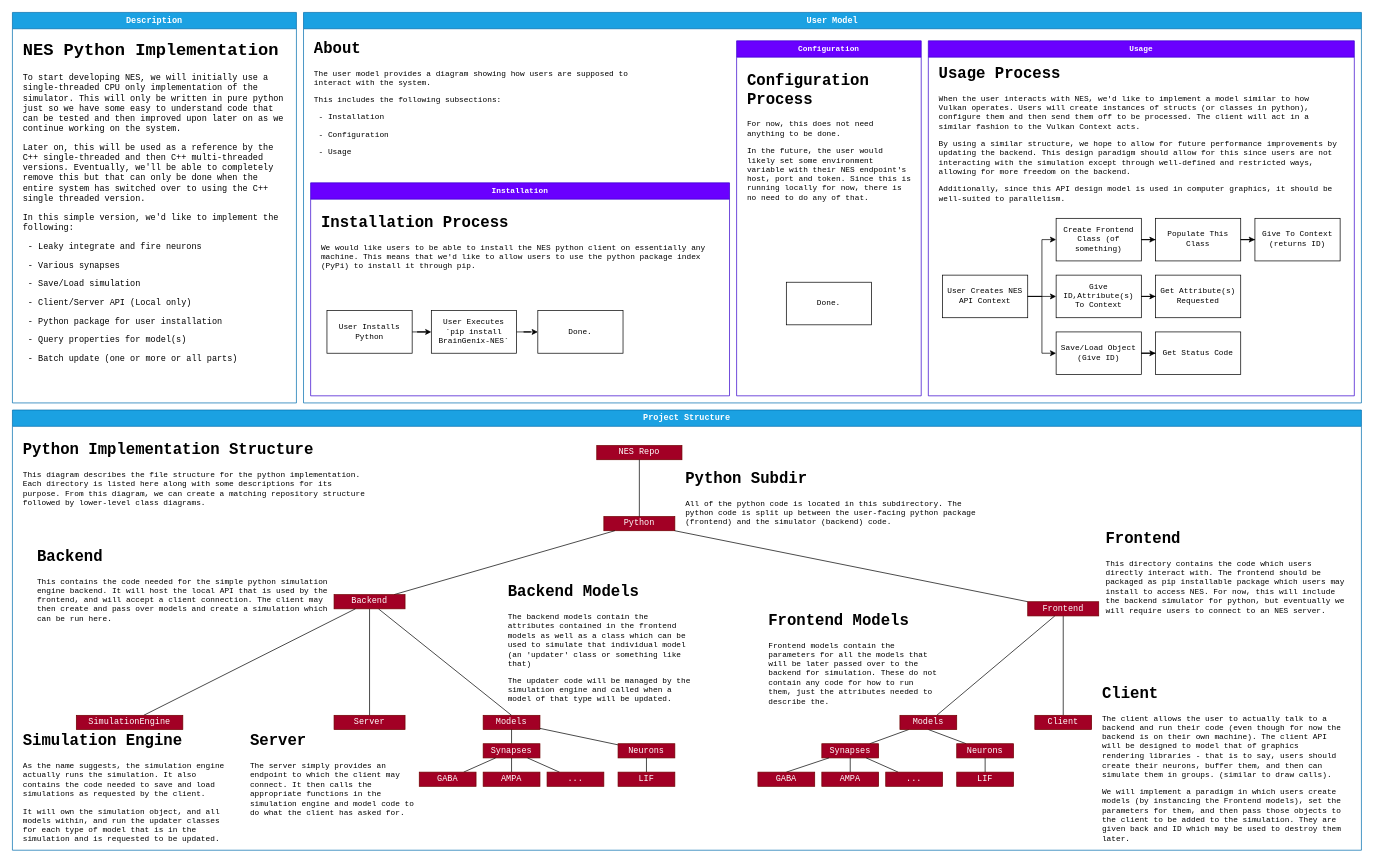
This is page "Python Implementation" (1 of 5) of Docs/BlockDiagrams/BrainGenix-NES.drawio from carboncopies/BrainGenix-NES, a draw.io file, before an edit. Source tidied: cells renumbered, new cells numbered last; positions are measured from the earlier drawing's top-left corner, leaving out a move shared by most shapes. Both pictures are drawn from the tidied source at 71%, with x=0, y=0 at pixel (12, 12).
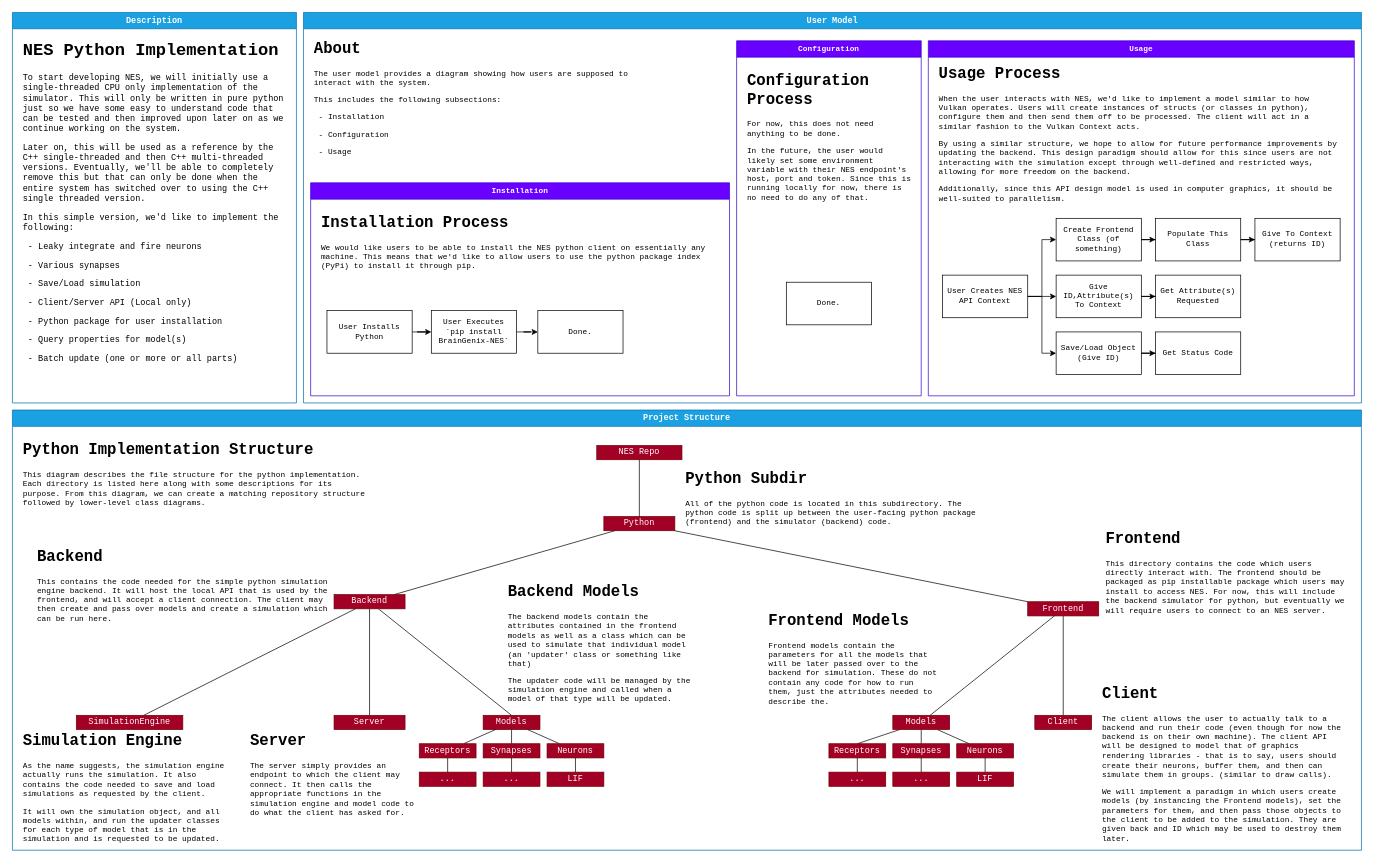
Above is the later version.

Unchanged cells that the change refers to:
```xml
<mxCell id="4" value="Project Structure" style="swimlane;whiteSpace=wrap;html=1;rounded=0;strokeColor=#006EAF;fontFamily=Courier New;fontSize=12;fontColor=#ffffff;startSize=23;fillColor=#1ba1e2;" parent="1" vertex="1">
  <mxGeometry y="560" width="1900" height="620" as="geometry" />
</mxCell>
<mxCell id="19" value="Neurons" style="whiteSpace=wrap;html=1;align=center;verticalAlign=middle;newEdgeStyle={&quot;edgeStyle&quot;:&quot;elbowEdgeStyle&quot;,&quot;startArrow&quot;:&quot;none&quot;,&quot;endArrow&quot;:&quot;none&quot;};fillColor=#a20025;fontColor=#ffffff;strokeColor=#6F0000;fontFamily=Courier New;" parent="4" vertex="1">
  <mxGeometry x="1330" y="470" width="80" height="20" as="geometry" />
</mxCell>
<mxCell id="30" value="Models" style="whiteSpace=wrap;html=1;align=center;verticalAlign=middle;newEdgeStyle={&quot;edgeStyle&quot;:&quot;elbowEdgeStyle&quot;,&quot;startArrow&quot;:&quot;none&quot;,&quot;endArrow&quot;:&quot;none&quot;};fillColor=#a20025;fontColor=#ffffff;strokeColor=#6F0000;fontFamily=Courier New;" parent="4" vertex="1">
  <mxGeometry x="663" y="430" width="80" height="20" as="geometry" />
</mxCell>
```

The edit, as a diff of the source:
```diff
@@
-    <mxCell id="18" style="shape=connector;rounded=0;jettySize=auto;html=1;startArrow=none;endArrow=none;entryX=0.5;entryY=1;entryDx=0;entryDy=0;labelBackgroundColor=default;strokeColor=default;fontFamily=Courier New;fontSize=11;fontColor=default;" parent="4" edge="1" source="19" target="47">
+    <mxCell id="18" style="shape=connector;rounded=0;jettySize=auto;html=1;startArrow=none;endArrow=none;labelBackgroundColor=default;strokeColor=default;fontFamily=Courier New;fontSize=11;fontColor=default;" parent="4" edge="1" source="19" target="47">
       <mxGeometry relative="1" as="geometry" />
     </mxCell>
@@
     <mxCell id="21" value="Synapses" style="whiteSpace=wrap;html=1;align=center;verticalAlign=middle;newEdgeStyle={&quot;edgeStyle&quot;:&quot;elbowEdgeStyle&quot;,&quot;startArrow&quot;:&quot;none&quot;,&quot;endArrow&quot;:&quot;none&quot;};fillColor=#a20025;fontColor=#ffffff;strokeColor=#6F0000;fontFamily=Courier New;" parent="4" vertex="1">
-      <mxGeometry x="1140" y="470" width="80" height="20" as="geometry" />
+      <mxGeometry x="1240" y="470" width="80" height="20" as="geometry" />
     </mxCell>
@@
-    <mxCell id="24" style="shape=connector;rounded=0;jettySize=auto;html=1;startArrow=none;endArrow=none;labelBackgroundColor=default;strokeColor=default;fontFamily=Courier New;fontSize=11;fontColor=default;exitX=0.5;exitY=0;exitDx=0;exitDy=0;" parent="4" edge="1" source="25" target="21">
-      <mxGeometry relative="1" as="geometry" />
-    </mxCell>
-    <mxCell id="25" value="GABA" style="whiteSpace=wrap;html=1;align=center;verticalAlign=middle;newEdgeStyle={&quot;edgeStyle&quot;:&quot;elbowEdgeStyle&quot;,&quot;startArrow&quot;:&quot;none&quot;,&quot;endArrow&quot;:&quot;none&quot;};fillColor=#a20025;fontColor=#ffffff;strokeColor=#6F0000;fontFamily=Courier New;" parent="4" vertex="1">
-      <mxGeometry x="1050" y="510" width="80" height="20" as="geometry" />
-    </mxCell>
-    <mxCell id="26" style="shape=connector;rounded=0;jettySize=auto;html=1;startArrow=none;endArrow=none;labelBackgroundColor=default;strokeColor=default;fontFamily=Courier New;fontSize=11;fontColor=default;" parent="4" edge="1" source="27" target="21">
-      <mxGeometry relative="1" as="geometry" />
-    </mxCell>
-    <mxCell id="27" value="AMPA" style="whiteSpace=wrap;html=1;align=center;verticalAlign=middle;newEdgeStyle={&quot;edgeStyle&quot;:&quot;elbowEdgeStyle&quot;,&quot;startArrow&quot;:&quot;none&quot;,&quot;endArrow&quot;:&quot;none&quot;};fillColor=#a20025;fontColor=#ffffff;strokeColor=#6F0000;fontFamily=Courier New;" parent="4" vertex="1">
-      <mxGeometry x="1140" y="510" width="80" height="20" as="geometry" />
-    </mxCell>
@@
     <mxCell id="29" value="..." style="whiteSpace=wrap;html=1;align=center;verticalAlign=middle;newEdgeStyle={&quot;edgeStyle&quot;:&quot;elbowEdgeStyle&quot;,&quot;startArrow&quot;:&quot;none&quot;,&quot;endArrow&quot;:&quot;none&quot;};fillColor=#a20025;fontColor=#ffffff;strokeColor=#6F0000;fontFamily=Courier New;" parent="4" vertex="1">
-      <mxGeometry x="1230" y="510" width="80" height="20" as="geometry" />
+      <mxGeometry x="1240" y="510" width="80" height="20" as="geometry" />
     </mxCell>
@@
-    <mxCell id="31" style="shape=connector;rounded=0;jettySize=auto;html=1;startArrow=none;endArrow=none;labelBackgroundColor=default;strokeColor=default;fontFamily=Courier New;fontSize=11;fontColor=default;" parent="4" edge="1" source="32" target="30">
-      <mxGeometry relative="1" as="geometry" />
-    </mxCell>
-    <mxCell id="32" value="Synapses" style="whiteSpace=wrap;html=1;align=center;verticalAlign=middle;newEdgeStyle={&quot;edgeStyle&quot;:&quot;elbowEdgeStyle&quot;,&quot;startArrow&quot;:&quot;none&quot;,&quot;endArrow&quot;:&quot;none&quot;};fillColor=#a20025;fontColor=#ffffff;strokeColor=#6F0000;fontFamily=Courier New;" parent="4" vertex="1">
-      <mxGeometry x="663" y="470" width="80" height="20" as="geometry" />
-    </mxCell>
-    <mxCell id="33" style="shape=connector;rounded=0;jettySize=auto;html=1;startArrow=none;endArrow=none;labelBackgroundColor=default;strokeColor=default;fontFamily=Courier New;fontSize=11;fontColor=default;" parent="4" edge="1" source="34" target="30">
-      <mxGeometry relative="1" as="geometry" />
-    </mxCell>
-    <mxCell id="34" value="Neurons" style="whiteSpace=wrap;html=1;align=center;verticalAlign=middle;newEdgeStyle={&quot;edgeStyle&quot;:&quot;elbowEdgeStyle&quot;,&quot;startArrow&quot;:&quot;none&quot;,&quot;endArrow&quot;:&quot;none&quot;};fillColor=#a20025;fontColor=#ffffff;strokeColor=#6F0000;fontFamily=Courier New;" parent="4" vertex="1">
-      <mxGeometry x="853" y="470" width="80" height="20" as="geometry" />
-    </mxCell>
-    <mxCell id="35" style="shape=connector;rounded=0;jettySize=auto;html=1;startArrow=none;endArrow=none;labelBackgroundColor=default;strokeColor=default;fontFamily=Courier New;fontSize=11;fontColor=default;" parent="4" edge="1" source="36" target="32">
-      <mxGeometry relative="1" as="geometry" />
-    </mxCell>
-    <mxCell id="36" value="GABA" style="whiteSpace=wrap;html=1;align=center;verticalAlign=middle;newEdgeStyle={&quot;edgeStyle&quot;:&quot;elbowEdgeStyle&quot;,&quot;startArrow&quot;:&quot;none&quot;,&quot;endArrow&quot;:&quot;none&quot;};fillColor=#a20025;fontColor=#ffffff;strokeColor=#6F0000;fontFamily=Courier New;" parent="4" vertex="1">
-      <mxGeometry x="573" y="510" width="80" height="20" as="geometry" />
-    </mxCell>
-    <mxCell id="37" style="shape=connector;rounded=0;jettySize=auto;html=1;startArrow=none;endArrow=none;labelBackgroundColor=default;strokeColor=default;fontFamily=Courier New;fontSize=11;fontColor=default;" parent="4" edge="1" source="38" target="32">
-      <mxGeometry relative="1" as="geometry" />
-    </mxCell>
-    <mxCell id="38" value="AMPA" style="whiteSpace=wrap;html=1;align=center;verticalAlign=middle;newEdgeStyle={&quot;edgeStyle&quot;:&quot;elbowEdgeStyle&quot;,&quot;startArrow&quot;:&quot;none&quot;,&quot;endArrow&quot;:&quot;none&quot;};fillColor=#a20025;fontColor=#ffffff;strokeColor=#6F0000;fontFamily=Courier New;" parent="4" vertex="1">
-      <mxGeometry x="663" y="510" width="80" height="20" as="geometry" />
-    </mxCell>
-    <mxCell id="39" style="shape=connector;rounded=0;jettySize=auto;html=1;startArrow=none;endArrow=none;labelBackgroundColor=default;strokeColor=default;fontFamily=Courier New;fontSize=11;fontColor=default;" parent="4" edge="1" source="40" target="32">
-      <mxGeometry relative="1" as="geometry" />
-    </mxCell>
-    <mxCell id="40" value="..." style="whiteSpace=wrap;html=1;align=center;verticalAlign=middle;newEdgeStyle={&quot;edgeStyle&quot;:&quot;elbowEdgeStyle&quot;,&quot;startArrow&quot;:&quot;none&quot;,&quot;endArrow&quot;:&quot;none&quot;};fillColor=#a20025;fontColor=#ffffff;strokeColor=#6F0000;fontFamily=Courier New;" parent="4" vertex="1">
-      <mxGeometry x="753" y="510" width="80" height="20" as="geometry" />
-    </mxCell>
-    <mxCell id="41" style="shape=connector;rounded=0;jettySize=auto;html=1;startArrow=none;endArrow=none;entryX=0.5;entryY=1;entryDx=0;entryDy=0;labelBackgroundColor=default;strokeColor=default;fontFamily=Courier New;fontSize=11;fontColor=default;" parent="4" edge="1" source="42" target="34">
-      <mxGeometry relative="1" as="geometry" />
-    </mxCell>
-    <mxCell id="42" value="LIF" style="whiteSpace=wrap;html=1;align=center;verticalAlign=middle;newEdgeStyle={&quot;edgeStyle&quot;:&quot;elbowEdgeStyle&quot;,&quot;startArrow&quot;:&quot;none&quot;,&quot;endArrow&quot;:&quot;none&quot;};fillColor=#a20025;fontColor=#ffffff;strokeColor=#6F0000;fontFamily=Courier New;" parent="4" vertex="1">
-      <mxGeometry x="853" y="510" width="80" height="20" as="geometry" />
-    </mxCell>
@@
+    <mxCell id="86" style="shape=connector;rounded=0;jettySize=auto;html=1;startArrow=none;endArrow=none;entryX=0.5;entryY=0;entryDx=0;entryDy=0;labelBackgroundColor=default;strokeColor=default;fontFamily=Courier New;fontSize=11;fontColor=default;" parent="4" edge="1" source="47" target="88">
+      <mxGeometry relative="1" as="geometry" />
+    </mxCell>
     <mxCell id="47" value="Models" style="whiteSpace=wrap;html=1;align=center;verticalAlign=middle;newEdgeStyle={&quot;edgeStyle&quot;:&quot;elbowEdgeStyle&quot;,&quot;startArrow&quot;:&quot;none&quot;,&quot;endArrow&quot;:&quot;none&quot;};fillColor=#a20025;fontColor=#ffffff;strokeColor=#6F0000;fontFamily=Courier New;" parent="4" vertex="1">
-      <mxGeometry x="1250" y="430" width="80" height="20" as="geometry" />
+      <mxGeometry x="1240" y="430" width="80" height="20" as="geometry" />
     </mxCell>
@@
+    <mxCell id="87" style="shape=connector;rounded=0;jettySize=auto;html=1;startArrow=none;endArrow=none;labelBackgroundColor=default;strokeColor=default;fontFamily=Courier New;fontSize=11;fontColor=default;" parent="4" edge="1" source="88" target="89">
+      <mxGeometry relative="1" as="geometry" />
+    </mxCell>
+    <mxCell id="88" value="Receptors" style="whiteSpace=wrap;html=1;align=center;verticalAlign=middle;newEdgeStyle={&quot;edgeStyle&quot;:&quot;elbowEdgeStyle&quot;,&quot;startArrow&quot;:&quot;none&quot;,&quot;endArrow&quot;:&quot;none&quot;};fillColor=#a20025;fontColor=#ffffff;strokeColor=#6F0000;fontFamily=Courier New;" parent="4" vertex="1">
+      <mxGeometry x="1150" y="470" width="80" height="20" as="geometry" />
+    </mxCell>
+    <mxCell id="89" value="..." style="whiteSpace=wrap;html=1;align=center;verticalAlign=middle;newEdgeStyle={&quot;edgeStyle&quot;:&quot;elbowEdgeStyle&quot;,&quot;startArrow&quot;:&quot;none&quot;,&quot;endArrow&quot;:&quot;none&quot;};fillColor=#a20025;fontColor=#ffffff;strokeColor=#6F0000;fontFamily=Courier New;" parent="4" vertex="1">
+      <mxGeometry x="1150" y="510" width="80" height="20" as="geometry" />
+    </mxCell>
+    <mxCell id="33" style="shape=connector;rounded=0;jettySize=auto;html=1;startArrow=none;endArrow=none;labelBackgroundColor=default;strokeColor=default;fontFamily=Courier New;fontSize=11;fontColor=default;" parent="4" edge="1" source="34" target="30">
+      <mxGeometry relative="1" as="geometry" />
+    </mxCell>
+    <mxCell id="34" value="Neurons" style="whiteSpace=wrap;html=1;align=center;verticalAlign=middle;newEdgeStyle={&quot;edgeStyle&quot;:&quot;elbowEdgeStyle&quot;,&quot;startArrow&quot;:&quot;none&quot;,&quot;endArrow&quot;:&quot;none&quot;};fillColor=#a20025;fontColor=#ffffff;strokeColor=#6F0000;fontFamily=Courier New;" parent="4" vertex="1">
+      <mxGeometry x="753" y="470" width="80" height="20" as="geometry" />
+    </mxCell>
+    <mxCell id="31" style="shape=connector;rounded=0;jettySize=auto;html=1;startArrow=none;endArrow=none;entryX=0.5;entryY=1;entryDx=0;entryDy=0;labelBackgroundColor=default;strokeColor=default;fontFamily=Courier New;fontSize=11;fontColor=default;" parent="4" edge="1" source="32" target="30">
+      <mxGeometry relative="1" as="geometry" />
+    </mxCell>
+    <mxCell id="32" value="Synapses" style="whiteSpace=wrap;html=1;align=center;verticalAlign=middle;newEdgeStyle={&quot;edgeStyle&quot;:&quot;elbowEdgeStyle&quot;,&quot;startArrow&quot;:&quot;none&quot;,&quot;endArrow&quot;:&quot;none&quot;};fillColor=#a20025;fontColor=#ffffff;strokeColor=#6F0000;fontFamily=Courier New;" parent="4" vertex="1">
+      <mxGeometry x="663" y="470" width="80" height="20" as="geometry" />
+    </mxCell>
+    <mxCell id="41" style="rounded=0;jettySize=auto;html=1;startArrow=none;endArrow=none;fontFamily=Courier New;" parent="4" edge="1" source="42" target="34">
+      <mxGeometry relative="1" as="geometry" />
+    </mxCell>
+    <mxCell id="42" value="LIF" style="whiteSpace=wrap;html=1;align=center;verticalAlign=middle;newEdgeStyle={&quot;edgeStyle&quot;:&quot;elbowEdgeStyle&quot;,&quot;startArrow&quot;:&quot;none&quot;,&quot;endArrow&quot;:&quot;none&quot;};fillColor=#a20025;fontColor=#ffffff;strokeColor=#6F0000;fontFamily=Courier New;" parent="4" vertex="1">
+      <mxGeometry x="753" y="510" width="80" height="20" as="geometry" />
+    </mxCell>
+    <mxCell id="90" style="shape=connector;rounded=0;jettySize=auto;html=1;startArrow=none;endArrow=none;labelBackgroundColor=default;strokeColor=default;fontFamily=Courier New;fontSize=11;fontColor=default;" parent="4" edge="1" source="91" target="32">
+      <mxGeometry relative="1" as="geometry" />
+    </mxCell>
+    <mxCell id="91" value="..." style="whiteSpace=wrap;html=1;align=center;verticalAlign=middle;newEdgeStyle={&quot;edgeStyle&quot;:&quot;elbowEdgeStyle&quot;,&quot;startArrow&quot;:&quot;none&quot;,&quot;endArrow&quot;:&quot;none&quot;};fillColor=#a20025;fontColor=#ffffff;strokeColor=#6F0000;fontFamily=Courier New;" parent="4" vertex="1">
+      <mxGeometry x="663" y="510" width="80" height="20" as="geometry" />
+    </mxCell>
+    <mxCell id="92" style="shape=connector;rounded=0;jettySize=auto;html=1;startArrow=none;endArrow=none;labelBackgroundColor=default;strokeColor=default;fontFamily=Courier New;fontSize=11;fontColor=default;" parent="4" edge="1" source="93" target="30">
+      <mxGeometry relative="1" as="geometry" />
+    </mxCell>
+    <mxCell id="93" value="Receptors" style="whiteSpace=wrap;html=1;align=center;verticalAlign=middle;newEdgeStyle={&quot;edgeStyle&quot;:&quot;elbowEdgeStyle&quot;,&quot;startArrow&quot;:&quot;none&quot;,&quot;endArrow&quot;:&quot;none&quot;};fillColor=#a20025;fontColor=#ffffff;strokeColor=#6F0000;fontFamily=Courier New;" parent="4" vertex="1">
+      <mxGeometry x="573" y="470" width="80" height="20" as="geometry" />
+    </mxCell>
+    <mxCell id="94" value="..." style="whiteSpace=wrap;html=1;align=center;verticalAlign=middle;newEdgeStyle={&quot;edgeStyle&quot;:&quot;elbowEdgeStyle&quot;,&quot;startArrow&quot;:&quot;none&quot;,&quot;endArrow&quot;:&quot;none&quot;};fillColor=#a20025;fontColor=#ffffff;strokeColor=#6F0000;fontFamily=Courier New;" parent="4" vertex="1">
+      <mxGeometry x="573" y="510" width="80" height="20" as="geometry" />
+    </mxCell>
+    <mxCell id="95" style="shape=connector;rounded=0;jettySize=auto;html=1;startArrow=none;endArrow=none;labelBackgroundColor=default;strokeColor=default;fontFamily=Courier New;fontSize=11;fontColor=default;" parent="4" edge="1" source="93" target="94">
+      <mxGeometry relative="1" as="geometry" />
+    </mxCell>
```
